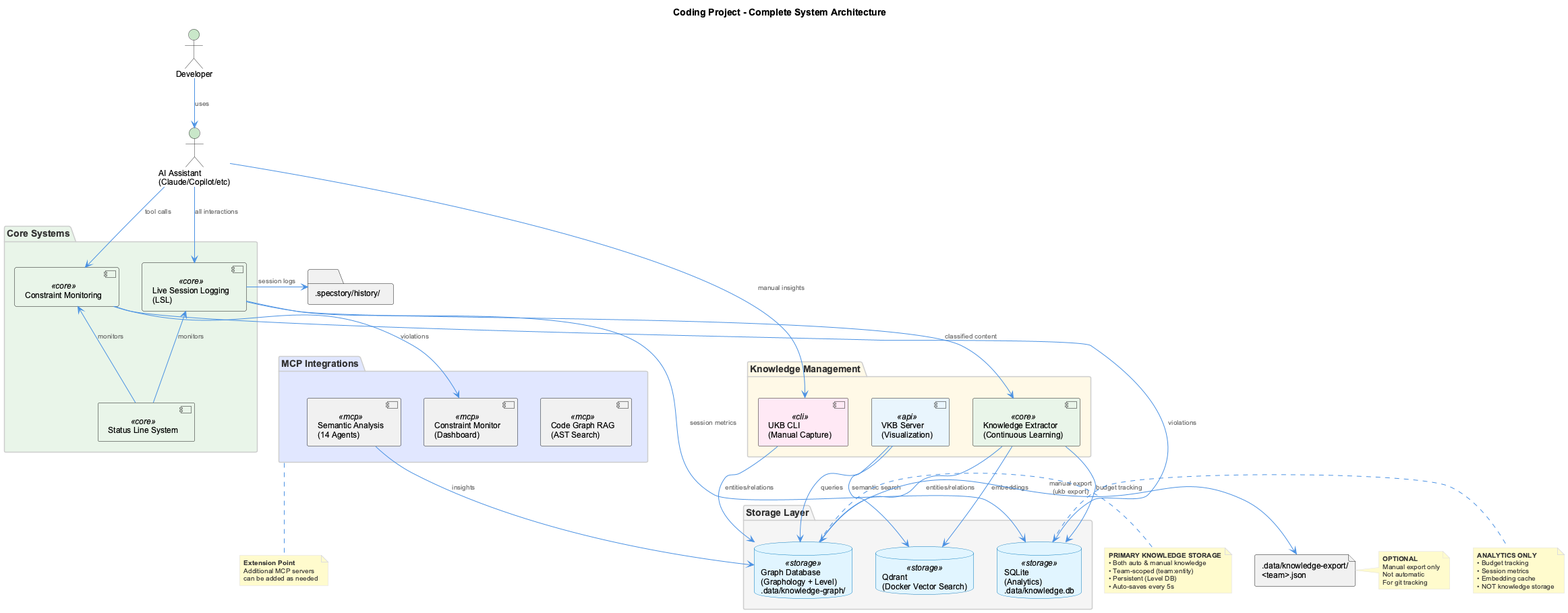
fwornle/coding keeps this PlantUML diagram as docs-content/images/coding-system-architecture.png. Above is the earlier version.
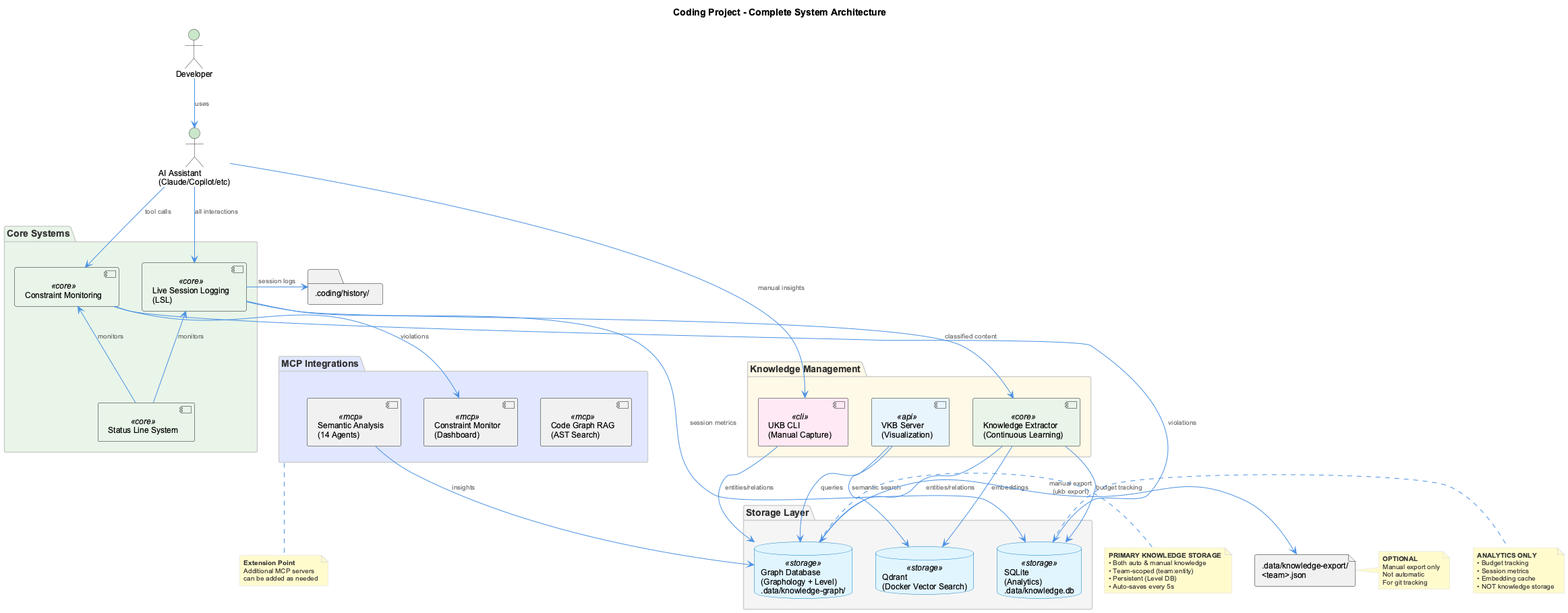
The same diagram one commit later.

Diff of the diagram source:
```diff
@@ -32,7 +32,7 @@
   database "SQLite\n(Analytics)\n.data/knowledge.db" as sqlite <<storage>>
 }
 
-folder ".specstory/history/" as lsl_logs #F0F0F0
+folder ".coding/history/" as lsl_logs #F0F0F0
 file ".data/knowledge-export/\n<team>.json" as json #F0F0F0
 
 dev -down-> ai : uses
```
